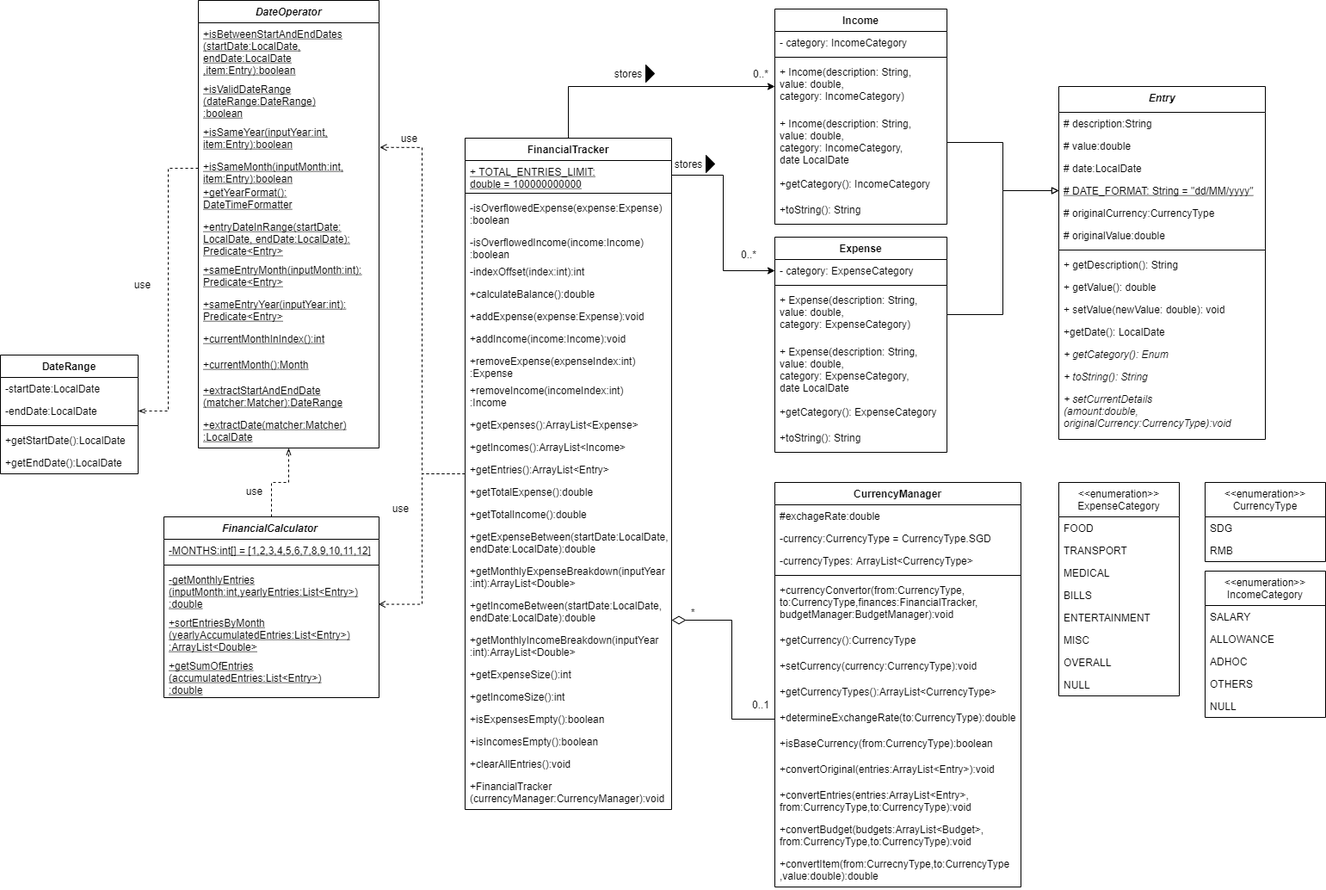
Before: docs/FinancialTrackerCD.drawio.png, a diagram exported from draw.io (nus-cs2113-AY2122S1/tp). Source tidied: cells renumbered, new cells last; positions are measured from the earlier drawing's top-left corner, leaving out a move shared by most shapes.
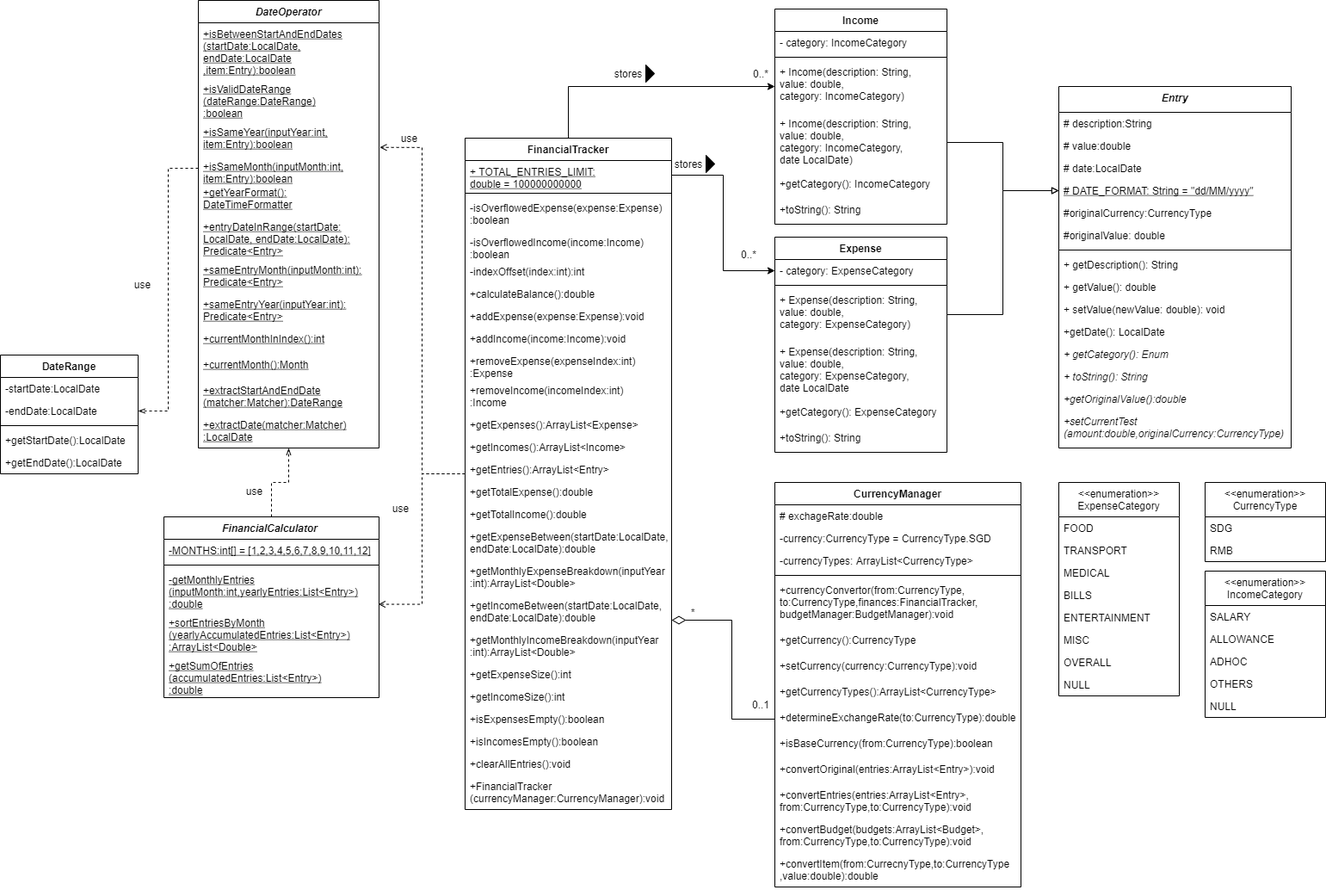
The same file after the commit.

Diff of the diagram source:
```diff
@@ -111,50 +111,53 @@
       <mxGeometry y="220" width="200" height="30" as="geometry" />
     </mxCell>
     <mxCell id="38" value="Entry" style="swimlane;fontStyle=3;align=center;verticalAlign=top;horizontal=1;startSize=30;fontColor=#000000;" parent="1" vertex="1">
-      <mxGeometry x="1230" y="100" width="240" height="410" as="geometry" />
+      <mxGeometry x="1230" y="100" width="270" height="420" as="geometry" />
     </mxCell>
     <mxCell id="39" value="# description:String" style="text;strokeColor=none;fillColor=none;align=left;verticalAlign=top;spacingLeft=4;spacingRight=4;overflow=hidden;fontColor=none;" parent="38" vertex="1">
-      <mxGeometry y="30" width="240" height="26" as="geometry" />
+      <mxGeometry y="30" width="270" height="26" as="geometry" />
     </mxCell>
     <mxCell id="40" value="# value:double" style="text;strokeColor=none;fillColor=none;align=left;verticalAlign=top;spacingLeft=4;spacingRight=4;overflow=hidden;fontColor=none;" parent="38" vertex="1">
-      <mxGeometry y="56" width="240" height="26" as="geometry" />
+      <mxGeometry y="56" width="270" height="26" as="geometry" />
     </mxCell>
     <mxCell id="41" value="# date:LocalDate" style="text;strokeColor=none;fillColor=none;align=left;verticalAlign=top;spacingLeft=4;spacingRight=4;overflow=hidden;fontColor=none;" parent="38" vertex="1">
-      <mxGeometry y="82" width="240" height="26" as="geometry" />
+      <mxGeometry y="82" width="270" height="26" as="geometry" />
     </mxCell>
     <mxCell id="42" value="# DATE_FORMAT: String = &quot;dd/MM/yyyy&quot;" style="text;strokeColor=none;fillColor=none;align=left;verticalAlign=top;spacingLeft=4;spacingRight=4;overflow=hidden;points=[[0,0.5],[1,0.5]];portConstraint=eastwest;fontColor=none;fontStyle=4;" parent="38" vertex="1">
-      <mxGeometry y="108" width="240" height="26" as="geometry" />
+      <mxGeometry y="108" width="270" height="26" as="geometry" />
     </mxCell>
-    <mxCell id="43" value="# originalCurrency:CurrencyType" style="text;strokeColor=none;fillColor=none;align=left;verticalAlign=top;spacingLeft=4;spacingRight=4;overflow=hidden;fontColor=none;fontStyle=0;" parent="38" vertex="1">
-      <mxGeometry y="134" width="240" height="26" as="geometry" />
-    </mxCell>
-    <mxCell id="44" value="# originalValue:double" style="text;strokeColor=none;fillColor=none;align=left;verticalAlign=top;spacingLeft=4;spacingRight=4;overflow=hidden;fontColor=none;fontStyle=0;" parent="38" vertex="1">
-      <mxGeometry y="160" width="240" height="26" as="geometry" />
-    </mxCell>
+    <mxCell id="135" value="#originalCurrency:CurrencyType" style="text;strokeColor=none;fillColor=none;align=left;verticalAlign=top;spacingLeft=4;spacingRight=4;overflow=hidden;fontColor=none;fontStyle=0;" parent="38" vertex="1">
+      <mxGeometry y="134" width="270" height="26" as="geometry" />
+    </mxCell>
+    <mxCell id="136" value="#originalValue: double" style="text;strokeColor=none;fillColor=none;align=left;verticalAlign=top;spacingLeft=4;spacingRight=4;overflow=hidden;fontColor=none;fontStyle=0;" parent="38" vertex="1">
+      <mxGeometry y="160" width="270" height="26" as="geometry" />
+    </mxCell>
     <mxCell id="45" style="line;strokeWidth=1;fillColor=none;align=left;verticalAlign=middle;spacingTop=-1;spacingLeft=3;spacingRight=3;labelPosition=right;fontColor=none;" parent="38" vertex="1">
-      <mxGeometry y="186" width="240" height="8" as="geometry" />
+      <mxGeometry y="186" width="270" height="8" as="geometry" />
     </mxCell>
     <mxCell id="46" value="+ getDescription(): String" style="text;strokeColor=none;fillColor=none;align=left;verticalAlign=top;spacingLeft=4;spacingRight=4;overflow=hidden;fontColor=none;" parent="38" vertex="1">
-      <mxGeometry y="194" width="240" height="26" as="geometry" />
+      <mxGeometry y="194" width="270" height="26" as="geometry" />
     </mxCell>
     <mxCell id="47" value="+ getValue(): double" style="text;strokeColor=none;fillColor=none;align=left;verticalAlign=top;spacingLeft=4;spacingRight=4;overflow=hidden;fontColor=none;" parent="38" vertex="1">
-      <mxGeometry y="220" width="240" height="26" as="geometry" />
+      <mxGeometry y="220" width="270" height="26" as="geometry" />
     </mxCell>
     <mxCell id="48" value="+ setValue(newValue: double): void" style="text;strokeColor=none;fillColor=none;align=left;verticalAlign=top;spacingLeft=4;spacingRight=4;overflow=hidden;fontColor=none;" parent="38" vertex="1">
-      <mxGeometry y="246" width="240" height="26" as="geometry" />
+      <mxGeometry y="246" width="270" height="26" as="geometry" />
     </mxCell>
     <mxCell id="49" value="+getDate(): LocalDate" style="text;strokeColor=none;fillColor=none;align=left;verticalAlign=top;spacingLeft=4;spacingRight=4;overflow=hidden;fontColor=none;" parent="38" vertex="1">
-      <mxGeometry y="272" width="240" height="26" as="geometry" />
+      <mxGeometry y="272" width="270" height="26" as="geometry" />
     </mxCell>
     <mxCell id="50" value="+ getCategory(): Enum" style="text;strokeColor=none;fillColor=none;align=left;verticalAlign=top;spacingLeft=4;spacingRight=4;overflow=hidden;fontColor=none;fontStyle=2;" parent="38" vertex="1">
-      <mxGeometry y="298" width="240" height="26" as="geometry" />
+      <mxGeometry y="298" width="270" height="26" as="geometry" />
     </mxCell>
     <mxCell id="51" value="+ toString(): String" style="text;strokeColor=none;fillColor=none;align=left;verticalAlign=top;spacingLeft=4;spacingRight=4;overflow=hidden;fontColor=none;fontStyle=2;" parent="38" vertex="1">
-      <mxGeometry y="324" width="240" height="26" as="geometry" />
+      <mxGeometry y="324" width="270" height="26" as="geometry" />
     </mxCell>
-    <mxCell id="52" value="+ setCurrentDetails&#10;(amount:double,&#10;originalCurrency:CurrencyType):void" style="text;strokeColor=none;fillColor=none;align=left;verticalAlign=top;spacingLeft=4;spacingRight=4;overflow=hidden;fontColor=none;fontStyle=2;" parent="38" vertex="1">
-      <mxGeometry y="350" width="240" height="60" as="geometry" />
-    </mxCell>
+    <mxCell id="137" value="+getOriginalValue():double" style="text;strokeColor=none;fillColor=none;align=left;verticalAlign=top;spacingLeft=4;spacingRight=4;overflow=hidden;fontColor=none;fontStyle=2;" parent="38" vertex="1">
+      <mxGeometry y="350" width="270" height="26" as="geometry" />
+    </mxCell>
+    <mxCell id="138" value="+setCurrentTest&#10;(amount:double,originalCurrency:CurrencyType)" style="text;strokeColor=none;fillColor=none;align=left;verticalAlign=top;spacingLeft=4;spacingRight=4;overflow=hidden;fontColor=none;fontStyle=2;" parent="38" vertex="1">
+      <mxGeometry y="376" width="270" height="44" as="geometry" />
+    </mxCell>
     <mxCell id="53" style="edgeStyle=orthogonalEdgeStyle;rounded=0;jettySize=auto;html=1;entryX=0;entryY=0.5;entryDx=0;entryDy=0;fontColor=none;endArrow=classic;endFill=1;" parent="1" edge="1" source="6" target="32">
       <mxGeometry relative="1" as="geometry" />
     </mxCell>
@@ -215,7 +218,7 @@
     <mxCell id="72" value="+ Income(description: String,&#10;value: double, &#10;category: IncomeCategory)" style="text;strokeColor=none;fillColor=none;align=left;verticalAlign=top;spacingLeft=4;spacingRight=4;overflow=hidden;points=[[0,0.5],[1,0.5]];portConstraint=eastwest;fontColor=none;" parent="69" vertex="1">
       <mxGeometry y="60" width="200" height="60" as="geometry" />
     </mxCell>
-    <mxCell id="73" value="+ Income(description: String,&#10;value: double,&#10;category: IncomeCategory,&#10;date LocalDate" style="text;strokeColor=none;fillColor=none;align=left;verticalAlign=top;spacingLeft=4;spacingRight=4;overflow=hidden;points=[[0,0.5],[1,0.5]];portConstraint=eastwest;fontColor=none;" parent="69" vertex="1">
+    <mxCell id="73" value="+ Income(description: String,&#10;value: double,&#10;category: IncomeCategory,&#10;date LocalDate)" style="text;strokeColor=none;fillColor=none;align=left;verticalAlign=top;spacingLeft=4;spacingRight=4;overflow=hidden;points=[[0,0.5],[1,0.5]];portConstraint=eastwest;fontColor=none;" parent="69" vertex="1">
       <mxGeometry y="120" width="200" height="70" as="geometry" />
     </mxCell>
     <mxCell id="74" value="+getCategory(): IncomeCategory" style="text;strokeColor=none;fillColor=none;align=left;verticalAlign=top;spacingLeft=4;spacingRight=4;overflow=hidden;fontColor=none;" parent="69" vertex="1">
@@ -344,7 +347,7 @@
     <mxCell id="115" value="CurrencyManager" style="swimlane;fontStyle=1;align=center;verticalAlign=top;horizontal=1;startSize=26;" parent="1" vertex="1">
       <mxGeometry x="900" y="560" width="286" height="470" as="geometry" />
     </mxCell>
-    <mxCell id="116" value="#exchageRate:double" style="text;strokeColor=none;fillColor=none;align=left;verticalAlign=top;spacingLeft=4;spacingRight=4;overflow=hidden;" parent="115" vertex="1">
+    <mxCell id="116" value="# exchageRate:double" style="text;strokeColor=none;fillColor=none;align=left;verticalAlign=top;spacingLeft=4;spacingRight=4;overflow=hidden;" parent="115" vertex="1">
       <mxGeometry y="26" width="286" height="26" as="geometry" />
     </mxCell>
     <mxCell id="117" value="-currency:CurrencyType = CurrencyType.SGD" style="text;strokeColor=none;fillColor=none;align=left;verticalAlign=top;spacingLeft=4;spacingRight=4;overflow=hidden;" parent="115" vertex="1">
```
